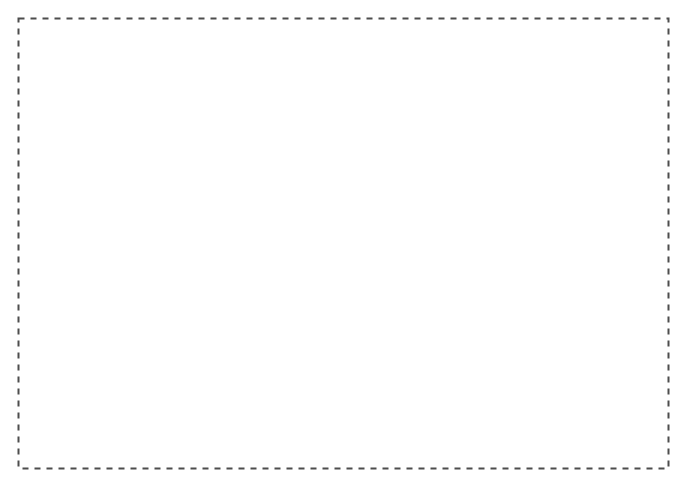
Above: 低代码—从前端组件到前端物料.drawio in tangyaosimida/love (draw.io), before the change. Source tidied: cells renumbered, new cells numbered last; positions are measured from the earlier drawing's top-left corner, leaving out a move shared by most shapes. Both pictures are drawn from the tidied source at 100%, with x=0, y=0 at pixel (18, 18).
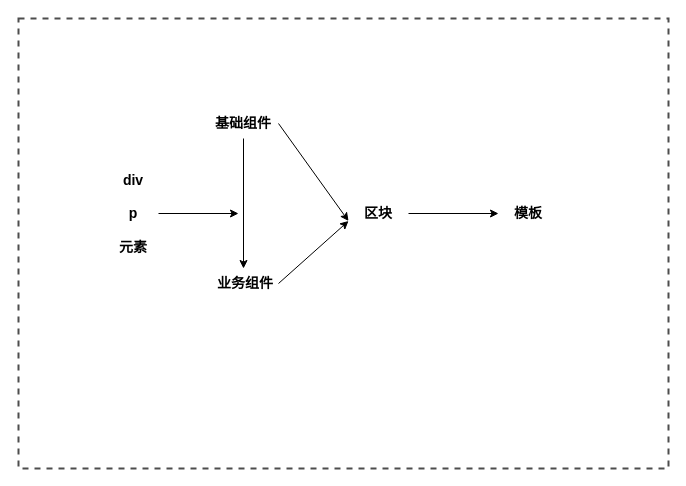
The same page after the edit.

Commit message (it also covers changes not shown here):
更新低代码—从前端组件到前端物料.drawio

The edit, as a diff of the source:
```diff
@@
 <mxGraphModel>
   <root>
     <mxCell id="0" />
     <mxCell id="1" parent="0" />
     <mxCell id="2" style="rounded=0;whiteSpace=wrap;html=1;fillColor=none;dashed=1;strokeColor=#4D4D4D;strokeWidth=2;" parent="1" vertex="1">
       <mxGeometry width="650" height="450" as="geometry" />
     </mxCell>
+    <mxCell id="3" value="&lt;span style=&quot;font-size: 14px;&quot;&gt;&lt;span style=&quot;font-size: 14px;&quot;&gt;div&lt;br style=&quot;font-size: 14px;&quot;&gt;&lt;br style=&quot;font-size: 14px;&quot;&gt;p&lt;br style=&quot;font-size: 14px;&quot;&gt;&lt;br style=&quot;font-size: 14px;&quot;&gt;元素&lt;br style=&quot;font-size: 14px;&quot;&gt;&lt;/span&gt;&lt;/span&gt;" style="text;html=1;align=center;verticalAlign=middle;whiteSpace=wrap;rounded=0;fontSize=14;fontStyle=1;" parent="1" vertex="1">
+      <mxGeometry x="90" y="140" width="50" height="110" as="geometry" />
+    </mxCell>
+    <mxCell id="4" style="edgeStyle=orthogonalEdgeStyle;rounded=0;jettySize=auto;html=1;exitX=0.5;exitY=1;exitDx=0;exitDy=0;entryX=0.5;entryY=0;entryDx=0;entryDy=0;" parent="1" edge="1" source="5" target="6">
+      <mxGeometry relative="1" as="geometry" />
+    </mxCell>
+    <mxCell id="5" value="基础组件" style="text;html=1;align=center;verticalAlign=middle;whiteSpace=wrap;rounded=0;fontSize=14;fontStyle=1;" parent="1" vertex="1">
+      <mxGeometry x="190" y="90" width="70" height="30" as="geometry" />
+    </mxCell>
+    <mxCell id="6" value="&amp;nbsp;业务组件" style="text;html=1;align=center;verticalAlign=middle;whiteSpace=wrap;rounded=0;fontSize=14;fontStyle=1;" parent="1" vertex="1">
+      <mxGeometry x="190" y="250" width="70" height="30" as="geometry" />
+    </mxCell>
+    <mxCell id="7" value="区块" style="text;html=1;align=center;verticalAlign=middle;whiteSpace=wrap;rounded=0;fontSize=14;fontStyle=1;" parent="1" vertex="1">
+      <mxGeometry x="330" y="180" width="60" height="30" as="geometry" />
+    </mxCell>
+    <mxCell id="8" value="模板" style="text;html=1;align=center;verticalAlign=middle;whiteSpace=wrap;rounded=0;fontSize=14;fontStyle=1;" parent="1" vertex="1">
+      <mxGeometry x="480" y="180" width="60" height="30" as="geometry" />
+    </mxCell>
+    <mxCell id="9" style="endArrow=classic;html=1;rounded=0;entryX=0;entryY=0.75;entryDx=0;entryDy=0;exitX=1;exitY=0.5;exitDx=0;exitDy=0;" parent="1" edge="1" source="5" target="7">
+      <mxGeometry relative="1" as="geometry" />
+    </mxCell>
+    <mxCell id="10" style="endArrow=classic;html=1;rounded=0;entryX=0;entryY=0.75;entryDx=0;entryDy=0;exitX=1;exitY=0.5;exitDx=0;exitDy=0;" parent="1" edge="1" source="6" target="7">
+      <mxGeometry relative="1" as="geometry" />
+    </mxCell>
+    <mxCell id="11" style="endArrow=classic;html=1;rounded=0;exitX=1;exitY=0.5;exitDx=0;exitDy=0;entryX=0;entryY=0.5;entryDx=0;entryDy=0;" parent="1" edge="1" source="7" target="8">
+      <mxGeometry relative="1" as="geometry" />
+    </mxCell>
+    <mxCell id="12" style="endArrow=classic;html=1;rounded=0;exitX=1;exitY=0.5;exitDx=0;exitDy=0;" parent="1" edge="1" source="3">
+      <mxGeometry relative="1" as="geometry">
+        <mxPoint x="220" y="195" as="targetPoint" />
+      </mxGeometry>
+    </mxCell>
   </root>
 </mxGraphModel>
```
